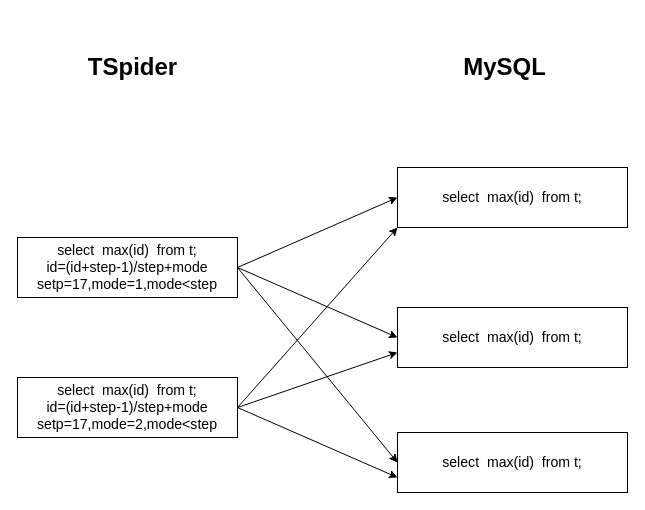
The draw.io diagram auto_increment.drawio in xingyingone/test, before the edit. Source tidied: cells renumbered, new cells numbered last; positions are measured from the earlier drawing's top-left corner, leaving out a move shared by most shapes. Both pictures are drawn from the tidied source at 100%, with x=0, y=0 at pixel (17, 17).
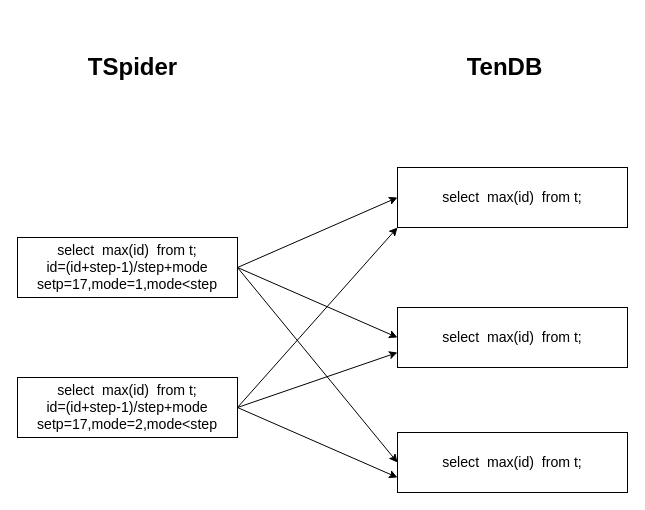
The same diagram, later.

The edit, as a diff of the source:
```diff
@@
 <mxGraphModel>
   <root>
     <mxCell id="0" />
     <mxCell id="1" parent="0" />
     <mxCell id="2" style="edgeStyle=none;rounded=0;jettySize=auto;html=1;entryX=0;entryY=0.5;entryDx=0;entryDy=0;" parent="1" edge="1" source="5" target="12">
       <mxGeometry relative="1" as="geometry">
         <Array as="points">
           <mxPoint x="220" y="250" />
         </Array>
       </mxGeometry>
     </mxCell>
     <mxCell id="3" style="edgeStyle=none;rounded=0;jettySize=auto;html=1;entryX=0;entryY=0.5;entryDx=0;entryDy=0;" parent="1" edge="1" source="5" target="13">
       <mxGeometry relative="1" as="geometry">
         <Array as="points">
           <mxPoint x="220" y="250" />
         </Array>
       </mxGeometry>
     </mxCell>
     <mxCell id="4" style="edgeStyle=none;rounded=0;jettySize=auto;html=1;exitX=1;exitY=0.5;exitDx=0;exitDy=0;entryX=0;entryY=0.5;entryDx=0;entryDy=0;" parent="1" edge="1" source="5" target="14">
       <mxGeometry relative="1" as="geometry" />
     </mxCell>
     <mxCell id="5" value="&lt;span style=&quot;font-size: 14.1176px ; white-space: normal&quot;&gt;select&amp;nbsp; max(id)&amp;nbsp; from t;&lt;/span&gt;&lt;br style=&quot;font-size: 14.1176px ; white-space: normal&quot;&gt;&lt;span style=&quot;font-size: 14.1176px ; white-space: normal&quot;&gt;id=(id+step-1)/step+mode&lt;/span&gt;&lt;br style=&quot;font-size: 14.1176px ; white-space: normal&quot;&gt;&lt;span style=&quot;font-size: 14.1176px ; white-space: normal&quot;&gt;setp=17,mode=1,mode&amp;lt;step&lt;/span&gt;" style="rounded=0;whiteSpace=wrap;html=1;" parent="1" vertex="1">
       <mxGeometry y="220" width="220" height="60" as="geometry" />
     </mxCell>
     <mxCell id="6" style="edgeStyle=none;rounded=0;jettySize=auto;html=1;entryX=0;entryY=1;entryDx=0;entryDy=0;" parent="1" edge="1" source="9" target="12">
       <mxGeometry relative="1" as="geometry">
         <Array as="points">
           <mxPoint x="220" y="390" />
         </Array>
       </mxGeometry>
     </mxCell>
     <mxCell id="7" style="edgeStyle=none;rounded=0;jettySize=auto;html=1;exitX=1;exitY=0.5;exitDx=0;exitDy=0;entryX=0;entryY=0.75;entryDx=0;entryDy=0;" parent="1" edge="1" source="9" target="13">
       <mxGeometry relative="1" as="geometry" />
     </mxCell>
     <mxCell id="8" style="edgeStyle=none;rounded=0;jettySize=auto;html=1;exitX=1;exitY=0.5;exitDx=0;exitDy=0;entryX=0;entryY=0.75;entryDx=0;entryDy=0;" parent="1" edge="1" source="9" target="14">
       <mxGeometry relative="1" as="geometry" />
     </mxCell>
     <mxCell id="9" value="&lt;span style=&quot;font-size: 14.1176px ; white-space: normal&quot;&gt;select&amp;nbsp; max(id)&amp;nbsp; from t;&lt;/span&gt;&lt;br style=&quot;font-size: 14.1176px ; white-space: normal&quot;&gt;&lt;span style=&quot;font-size: 14.1176px ; white-space: normal&quot;&gt;id=(id+step-1)/step+mode&lt;/span&gt;&lt;br style=&quot;font-size: 14.1176px ; white-space: normal&quot;&gt;&lt;span style=&quot;font-size: 14.1176px ; white-space: normal&quot;&gt;setp=17,mode=2,mode&amp;lt;step&lt;/span&gt;" style="rounded=0;whiteSpace=wrap;html=1;" parent="1" vertex="1">
       <mxGeometry y="360" width="220" height="60" as="geometry" />
     </mxCell>
     <mxCell id="10" value="&lt;h1&gt;&lt;b&gt;TSpider&lt;/b&gt;&lt;/h1&gt;" style="text;html=1;strokeColor=none;fillColor=none;align=center;verticalAlign=middle;whiteSpace=wrap;rounded=0;" parent="1" vertex="1">
       <mxGeometry x="47.5" width="135" height="100" as="geometry" />
     </mxCell>
-    <mxCell id="11" value="&lt;h1&gt;&lt;b&gt;MySQL&lt;/b&gt;&lt;/h1&gt;" style="text;html=1;strokeColor=none;fillColor=none;align=center;verticalAlign=middle;whiteSpace=wrap;rounded=0;" parent="1" vertex="1">
+    <mxCell id="11" value="&lt;h1&gt;TenDB&lt;/h1&gt;" style="text;html=1;strokeColor=none;fillColor=none;align=center;verticalAlign=middle;whiteSpace=wrap;rounded=0;" parent="1" vertex="1">
       <mxGeometry x="420" width="135" height="100" as="geometry" />
     </mxCell>
     <mxCell id="12" value="&lt;span style=&quot;font-size: 14.1176px ; white-space: normal&quot;&gt;select&amp;nbsp; max(id)&amp;nbsp; from t;&lt;/span&gt;&lt;br style=&quot;font-size: 14.1176px ; white-space: normal&quot;&gt;" style="rounded=0;whiteSpace=wrap;html=1;" parent="1" vertex="1">
       <mxGeometry x="380" y="150" width="230" height="60" as="geometry" />
     </mxCell>
     <mxCell id="13" value="&lt;span style=&quot;font-size: 14.1176px ; white-space: normal&quot;&gt;select&amp;nbsp; max(id)&amp;nbsp; from t;&lt;/span&gt;&lt;br style=&quot;font-size: 14.1176px ; white-space: normal&quot;&gt;" style="rounded=0;whiteSpace=wrap;html=1;" parent="1" vertex="1">
       <mxGeometry x="380" y="290" width="230" height="60" as="geometry" />
     </mxCell>
     <mxCell id="14" value="&lt;span style=&quot;font-size: 14.1176px ; white-space: normal&quot;&gt;select&amp;nbsp; max(id)&amp;nbsp; from t;&lt;/span&gt;&lt;br style=&quot;font-size: 14.1176px ; white-space: normal&quot;&gt;" style="rounded=0;whiteSpace=wrap;html=1;" parent="1" vertex="1">
       <mxGeometry x="380" y="415" width="230" height="60" as="geometry" />
     </mxCell>
   </root>
 </mxGraphModel>
```
